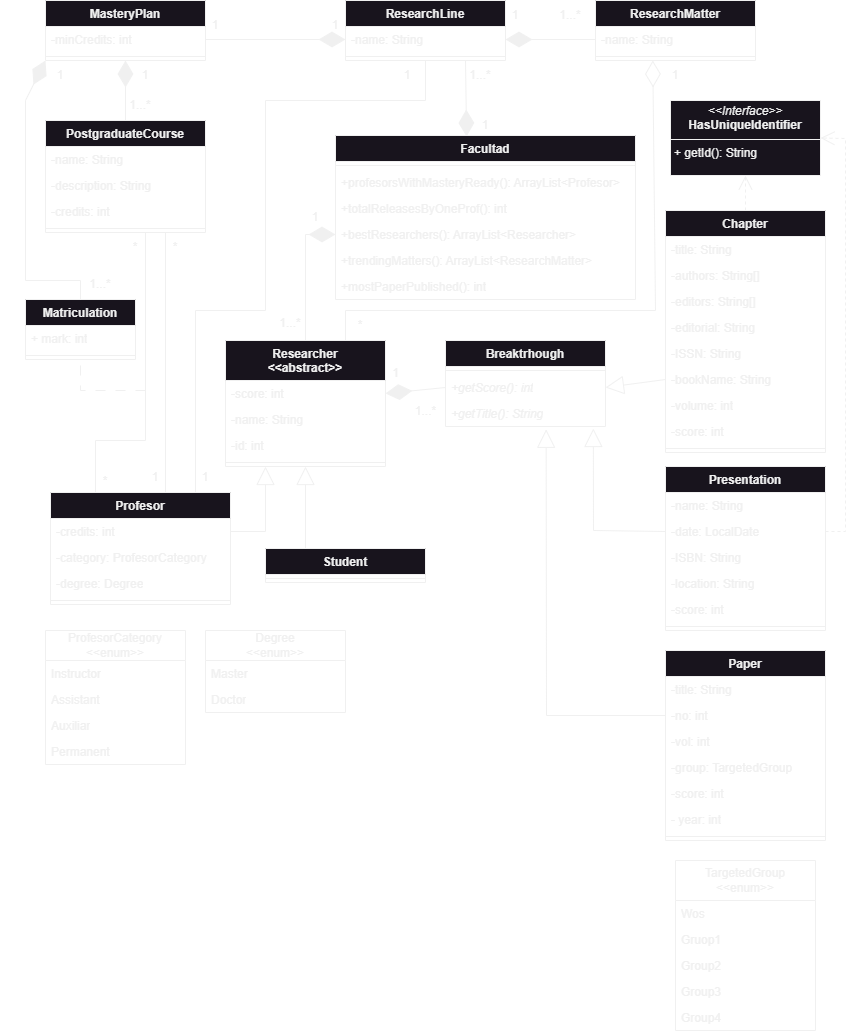
This is dpoo_final_project_diagram.png from mbrianp05/dpoo-final-project, a draw.io export, as it was before one commit. Source tidied: cells renumbered, new cells last; positions are measured from the earlier drawing's top-left corner, leaving out a move shared by most shapes.
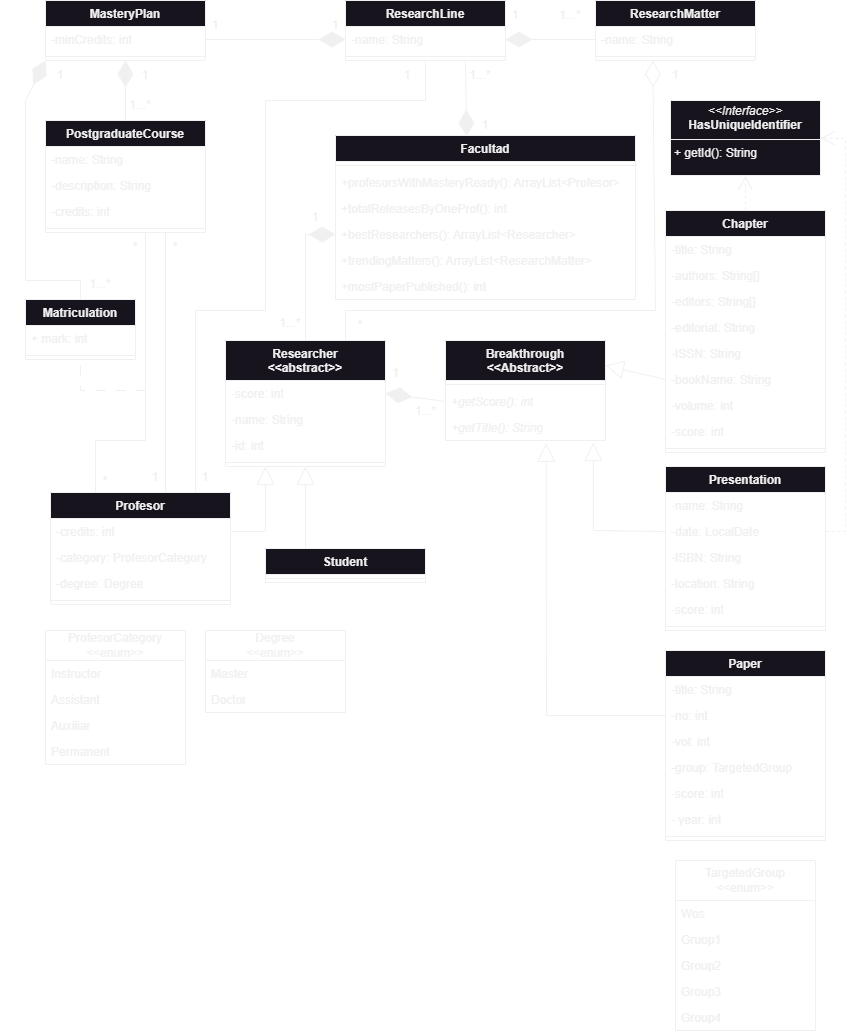
The same file after the commit.

The edit, as a diff of the source:
```diff
@@ -372,19 +372,19 @@
     <mxCell id="110" value="1" style="text;html=1;align=center;verticalAlign=middle;whiteSpace=wrap;rounded=0;" parent="1" vertex="1">
       <mxGeometry x="170" y="462" width="20" height="30" as="geometry" />
     </mxCell>
-    <mxCell id="111" value="Breaktrhough&lt;div&gt;&lt;br&gt;&lt;/div&gt;" style="swimlane;fontStyle=1;align=center;verticalAlign=top;horizontal=1;startSize=26;whiteSpace=wrap;html=1;" parent="1" vertex="1">
-      <mxGeometry x="420" y="340" width="160" height="86" as="geometry" />
+    <mxCell id="111" value="Breakthrough&lt;div&gt;&amp;lt;&amp;lt;Abstract&amp;gt;&amp;gt;&lt;/div&gt;&lt;div&gt;&lt;br&gt;&lt;div&gt;&lt;br&gt;&lt;/div&gt;&lt;/div&gt;" style="swimlane;fontStyle=1;align=center;verticalAlign=top;horizontal=1;startSize=40;whiteSpace=wrap;html=1;" parent="1" vertex="1">
+      <mxGeometry x="420" y="340" width="160" height="100" as="geometry" />
     </mxCell>
     <mxCell id="112" style="line;strokeWidth=1;fillColor=none;align=left;verticalAlign=middle;spacingTop=-1;spacingLeft=3;spacingRight=3;labelPosition=right;strokeColor=inherit;" parent="111" vertex="1">
-      <mxGeometry y="26" width="160" height="8" as="geometry" />
+      <mxGeometry y="40" width="160" height="8" as="geometry" />
     </mxCell>
     <mxCell id="113" value="&lt;i&gt;+getScore(): int&lt;/i&gt;" style="text;strokeColor=none;fillColor=none;align=left;verticalAlign=top;spacingLeft=4;spacingRight=4;overflow=hidden;points=[[0,0.5],[1,0.5]];portConstraint=eastwest;whiteSpace=wrap;html=1;" parent="111" vertex="1">
-      <mxGeometry y="34" width="160" height="26" as="geometry" />
+      <mxGeometry y="48" width="160" height="26" as="geometry" />
     </mxCell>
     <mxCell id="114" value="&lt;i&gt;+getTitle(): String&lt;/i&gt;" style="text;strokeColor=none;fillColor=none;align=left;verticalAlign=top;spacingLeft=4;spacingRight=4;overflow=hidden;points=[[0,0.5],[1,0.5]];portConstraint=eastwest;whiteSpace=wrap;html=1;" parent="111" vertex="1">
-      <mxGeometry y="60" width="160" height="26" as="geometry" />
+      <mxGeometry y="74" width="160" height="26" as="geometry" />
     </mxCell>
-    <mxCell id="115" style="endArrow=block;endSize=16;endFill=0;html=1;rounded=0;exitX=0;exitY=0.5;exitDx=0;exitDy=0;entryX=1;entryY=0.5;entryDx=0;entryDy=0;" parent="1" edge="1" source="33" target="113">
+    <mxCell id="115" style="endArrow=block;endSize=16;endFill=0;html=1;rounded=0;exitX=0;exitY=0.5;exitDx=0;exitDy=0;entryX=1;entryY=0.25;entryDx=0;entryDy=0;" parent="1" edge="1" source="33" target="111">
       <mxGeometry relative="1" as="geometry" />
     </mxCell>
     <mxCell id="116" style="endArrow=block;endSize=16;endFill=0;html=1;rounded=0;exitX=0;exitY=0.5;exitDx=0;exitDy=0;entryX=0.924;entryY=1.077;entryDx=0;entryDy=0;entryPerimeter=0;" parent="1" edge="1" source="47" target="114">
```
